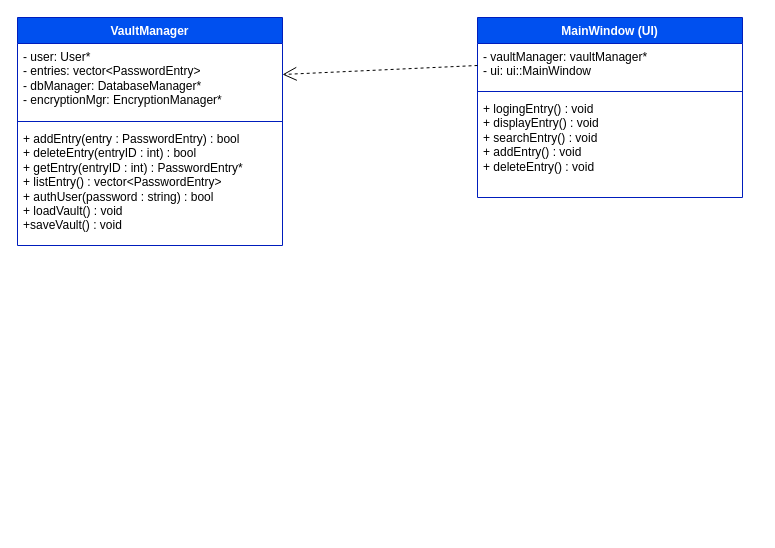
Earlier version of the draw.io diagram docs/UML_Password-Manager.drawio (WilmerSoriano/Password-Manager). Source tidied: cells renumbered, new cells numbered last; positions are measured from the earlier drawing's top-left corner, leaving out a move shared by most shapes. Both pictures are drawn from the tidied source at 100%, with x=0, y=0 at pixel (17, 17).
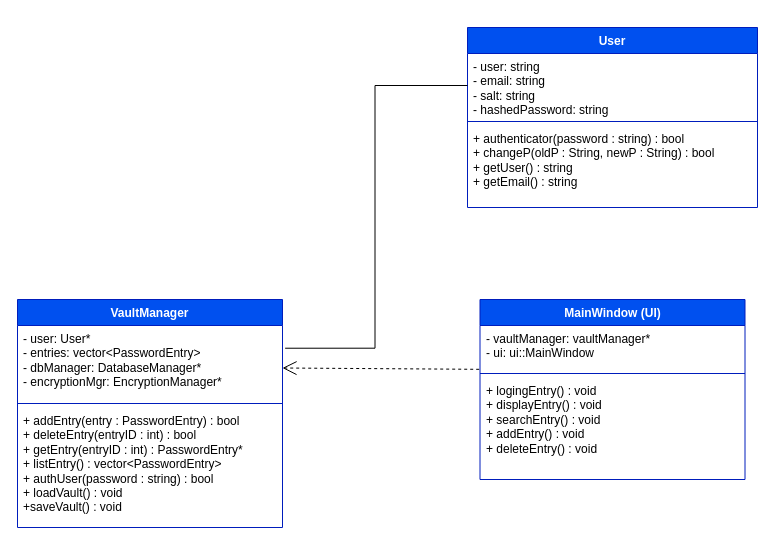
Above is the later version.

Commit message:
User was added

The edit, as a diff of the source:
```diff
@@
 <mxGraphModel>
   <root>
     <mxCell id="0" />
     <mxCell id="1" parent="0" />
     <mxCell id="2" value="MainWindow (UI)" style="swimlane;fontStyle=1;align=center;verticalAlign=top;horizontal=1;startSize=26;whiteSpace=wrap;html=1;fillColor=#0050ef;fontColor=#ffffff;strokeColor=#001DBC;" parent="1" vertex="1">
-      <mxGeometry x="460" width="265" height="180" as="geometry" />
+      <mxGeometry x="462.5" y="282" width="265" height="180" as="geometry" />
     </mxCell>
     <mxCell id="3" value="- vaultManager: vaultManager*&lt;div&gt;- ui: ui::MainWindow&lt;/div&gt;" style="text;strokeColor=none;fillColor=none;align=left;verticalAlign=top;spacingLeft=4;spacingRight=4;overflow=hidden;points=[[0,0.5],[1,0.5]];portConstraint=eastwest;whiteSpace=wrap;html=1;" parent="2" vertex="1">
       <mxGeometry y="26" width="265" height="44" as="geometry" />
     </mxCell>
     <mxCell id="4" style="line;strokeWidth=1;fillColor=none;align=left;verticalAlign=middle;spacingTop=-1;spacingLeft=3;spacingRight=3;labelPosition=right;strokeColor=inherit;" parent="2" vertex="1">
       <mxGeometry y="70" width="265" height="8" as="geometry" />
     </mxCell>
     <mxCell id="5" value="+ logingEntry() : void&lt;div&gt;+ displayEntry() : void&lt;div&gt;+ searchEntry() : void&lt;/div&gt;&lt;div&gt;+ addEntry() : void&lt;br&gt;&lt;div&gt;+ deleteEntry() : void&lt;/div&gt;&lt;/div&gt;&lt;/div&gt;" style="text;strokeColor=none;fillColor=none;align=left;verticalAlign=top;spacingLeft=4;spacingRight=4;overflow=hidden;whiteSpace=wrap;html=1;" parent="2" vertex="1">
       <mxGeometry y="78" width="265" height="102" as="geometry" />
     </mxCell>
     <mxCell id="6" value="VaultManager" style="swimlane;fontStyle=1;align=center;verticalAlign=top;horizontal=1;startSize=26;whiteSpace=wrap;html=1;fillColor=#0050ef;fontColor=#ffffff;strokeColor=#001DBC;" parent="1" vertex="1">
-      <mxGeometry width="265" height="228" as="geometry" />
+      <mxGeometry y="282" width="265" height="228" as="geometry" />
     </mxCell>
     <mxCell id="7" value="- user: User*&lt;div&gt;- entries: vector&amp;lt;PasswordEntry&amp;gt;&lt;/div&gt;&lt;div&gt;- dbManager: DatabaseManager*&lt;/div&gt;&lt;div&gt;- encryptionMgr: EncryptionManager*&lt;/div&gt;" style="text;strokeColor=none;fillColor=none;align=left;verticalAlign=top;spacingLeft=4;spacingRight=4;overflow=hidden;points=[[0,0.5],[1,0.5]];portConstraint=eastwest;whiteSpace=wrap;html=1;" parent="6" vertex="1">
       <mxGeometry y="26" width="265" height="74" as="geometry" />
     </mxCell>
     <mxCell id="8" style="line;strokeWidth=1;fillColor=none;align=left;verticalAlign=middle;spacingTop=-1;spacingLeft=3;spacingRight=3;labelPosition=right;strokeColor=inherit;" parent="6" vertex="1">
       <mxGeometry y="100" width="265" height="8" as="geometry" />
     </mxCell>
     <mxCell id="9" value="+ addEntry(entry : PasswordEntry) : bool&lt;div&gt;+ deleteEntry(entryID : int) : bool&lt;/div&gt;&lt;div&gt;+ getEntry(entryID : int) : PasswordEntry*&lt;/div&gt;&lt;div&gt;+ listEntry() : vector&amp;lt;PasswordEntry&amp;gt;&lt;/div&gt;&lt;div&gt;+ authUser(password : string) : bool&lt;/div&gt;&lt;div&gt;+ loadVault() : void&lt;/div&gt;&lt;div&gt;+saveVault() : void&lt;/div&gt;" style="text;strokeColor=none;fillColor=none;align=left;verticalAlign=top;spacingLeft=4;spacingRight=4;overflow=hidden;whiteSpace=wrap;html=1;" parent="6" vertex="1">
       <mxGeometry y="108" width="265" height="120" as="geometry" />
     </mxCell>
-    <mxCell id="10" style="endArrow=open;endSize=12;dashed=1;html=1;rounded=0;exitX=0;exitY=0.5;exitDx=0;exitDy=0;entryX=1;entryY=0.25;entryDx=0;entryDy=0;" parent="1" edge="1" source="3" target="6">
-      <mxGeometry relative="1" as="geometry" />
+    <mxCell id="10" style="endArrow=open;endSize=12;dashed=1;html=1;rounded=0;exitX=-0.003;exitY=0.996;exitDx=0;exitDy=0;entryX=0.996;entryY=0.304;entryDx=0;entryDy=0;entryPerimeter=0;exitPerimeter=0;" parent="1" edge="1" source="3">
+      <mxGeometry relative="1" as="geometry">
+        <mxPoint x="265" y="350.5" as="targetPoint" />
+      </mxGeometry>
     </mxCell>
+    <mxCell id="11" value="User" style="swimlane;fontStyle=1;align=center;verticalAlign=top;horizontal=1;startSize=26;whiteSpace=wrap;html=1;fillColor=#0050ef;fontColor=#ffffff;strokeColor=#001DBC;" parent="1" vertex="1">
+      <mxGeometry x="450" y="10" width="290" height="180" as="geometry" />
+    </mxCell>
+    <mxCell id="12" value="- user: string&lt;div&gt;- email: string&lt;/div&gt;&lt;div&gt;- salt: string&lt;/div&gt;&lt;div&gt;- hashedPassword: string&lt;/div&gt;" style="text;strokeColor=none;fillColor=none;align=left;verticalAlign=top;spacingLeft=4;spacingRight=4;overflow=hidden;points=[[0,0.5],[1,0.5]];portConstraint=eastwest;whiteSpace=wrap;html=1;" parent="11" vertex="1">
+      <mxGeometry y="26" width="290" height="64" as="geometry" />
+    </mxCell>
+    <mxCell id="13" style="line;strokeWidth=1;fillColor=none;align=left;verticalAlign=middle;spacingTop=-1;spacingLeft=3;spacingRight=3;labelPosition=right;strokeColor=inherit;" parent="11" vertex="1">
+      <mxGeometry y="90" width="290" height="8" as="geometry" />
+    </mxCell>
+    <mxCell id="14" value="+ authenticator(password : string) : bool&lt;div&gt;+ changeP(oldP : String, newP : String) : bool&lt;/div&gt;&lt;div&gt;+ getUser() : string&lt;/div&gt;&lt;div&gt;+ getEmail() : string&lt;/div&gt;" style="text;strokeColor=none;fillColor=none;align=left;verticalAlign=top;spacingLeft=4;spacingRight=4;overflow=hidden;whiteSpace=wrap;html=1;" parent="11" vertex="1">
+      <mxGeometry y="98" width="290" height="82" as="geometry" />
+    </mxCell>
+    <mxCell id="15" style="endArrow=none;html=1;edgeStyle=orthogonalEdgeStyle;rounded=0;exitX=0;exitY=0.5;exitDx=0;exitDy=0;entryX=1.01;entryY=0.307;entryDx=0;entryDy=0;entryPerimeter=0;" parent="1" edge="1" source="12" target="7">
+      <mxGeometry relative="1" as="geometry" />
+    </mxCell>
   </root>
 </mxGraphModel>
```
